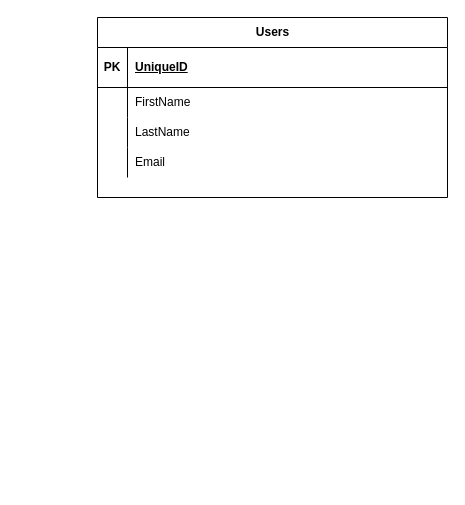
The draw.io diagram Başlıksız Diyagram.drawio in Ayse-nur23/nLayeredApp, before the edit. Source tidied: cells renumbered, new cells numbered last; positions are measured from the earlier drawing's top-left corner, leaving out a move shared by most shapes. Both pictures are drawn from the tidied source at 100%, with x=0, y=0 at pixel (97, 17).
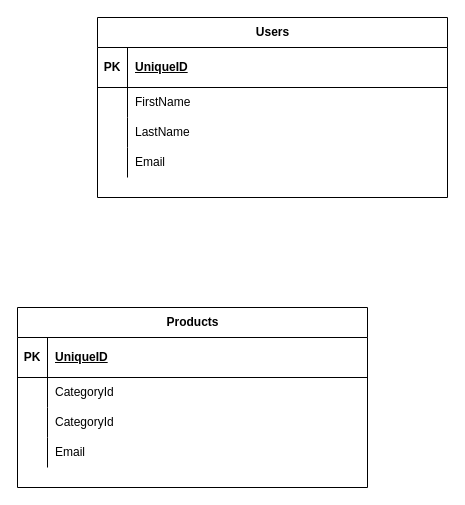
The same page after the edit.

Change to the diagram source:
```diff
@@
+    <mxCell id="15" value="Products" style="shape=table;startSize=30;childLayout=tableLayout;rowLines=0;fontStyle=1;align=center;html=1;" parent="1" vertex="1">
+      <mxGeometry x="-80" y="290" width="350" height="180" as="geometry" />
+    </mxCell>
+    <mxCell id="16" style="shape=tableRow;horizontal=0;startSize=0;swimlaneHead=0;swimlaneBody=0;fillColor=none;top=0;left=0;right=0;bottom=1;" parent="15" vertex="1">
+      <mxGeometry y="30" width="350" height="40" as="geometry" />
+    </mxCell>
+    <mxCell id="17" value="PK" style="shape=partialRectangle;fillColor=none;top=0;left=0;bottom=0;right=0;fontStyle=1;overflow=hidden;whiteSpace=wrap;html=1;" parent="16" vertex="1">
+      <mxGeometry width="30" height="40" as="geometry" />
+    </mxCell>
+    <mxCell id="18" value="UniqueID" style="shape=partialRectangle;fillColor=none;top=0;left=0;bottom=0;right=0;align=left;spacingLeft=6;fontStyle=5;overflow=hidden;whiteSpace=wrap;html=1;" parent="16" vertex="1">
+      <mxGeometry x="30" width="320" height="40" as="geometry" />
+    </mxCell>
+    <mxCell id="19" style="shape=tableRow;horizontal=0;startSize=0;swimlaneHead=0;swimlaneBody=0;fillColor=none;top=0;left=0;right=0;bottom=0;" parent="15" vertex="1">
+      <mxGeometry y="70" width="350" height="30" as="geometry" />
+    </mxCell>
+    <mxCell id="20" style="shape=partialRectangle;fillColor=none;top=0;left=0;bottom=0;right=0;overflow=hidden;whiteSpace=wrap;html=1;" parent="19" vertex="1">
+      <mxGeometry width="30" height="30" as="geometry" />
+    </mxCell>
+    <mxCell id="21" value="CategoryId&amp;nbsp;" style="shape=partialRectangle;fillColor=none;top=0;left=0;bottom=0;right=0;align=left;spacingLeft=6;overflow=hidden;whiteSpace=wrap;html=1;" parent="19" vertex="1">
+      <mxGeometry x="30" width="320" height="30" as="geometry" />
+    </mxCell>
+    <mxCell id="22" style="shape=tableRow;horizontal=0;startSize=0;swimlaneHead=0;swimlaneBody=0;fillColor=none;top=0;left=0;right=0;bottom=0;" parent="15" vertex="1">
+      <mxGeometry y="100" width="350" height="30" as="geometry" />
+    </mxCell>
+    <mxCell id="23" style="shape=partialRectangle;fillColor=none;top=0;left=0;bottom=0;right=0;overflow=hidden;whiteSpace=wrap;html=1;" parent="22" vertex="1">
+      <mxGeometry width="30" height="30" as="geometry" />
+    </mxCell>
+    <mxCell id="24" value="CategoryId&amp;nbsp;" style="shape=partialRectangle;fillColor=none;top=0;left=0;bottom=0;right=0;align=left;spacingLeft=6;overflow=hidden;whiteSpace=wrap;html=1;" parent="22" vertex="1">
+      <mxGeometry x="30" width="320" height="30" as="geometry" />
+    </mxCell>
+    <mxCell id="25" style="shape=tableRow;horizontal=0;startSize=0;swimlaneHead=0;swimlaneBody=0;fillColor=none;top=0;left=0;right=0;bottom=0;" parent="15" vertex="1">
+      <mxGeometry y="130" width="350" height="30" as="geometry" />
+    </mxCell>
+    <mxCell id="26" style="shape=partialRectangle;fillColor=none;top=0;left=0;bottom=0;right=0;overflow=hidden;whiteSpace=wrap;html=1;" parent="25" vertex="1">
+      <mxGeometry width="30" height="30" as="geometry" />
+    </mxCell>
+    <mxCell id="27" value="Email" style="shape=partialRectangle;fillColor=none;top=0;left=0;bottom=0;right=0;align=left;spacingLeft=6;overflow=hidden;whiteSpace=wrap;html=1;" parent="25" vertex="1">
+      <mxGeometry x="30" width="320" height="30" as="geometry" />
+    </mxCell>
```
